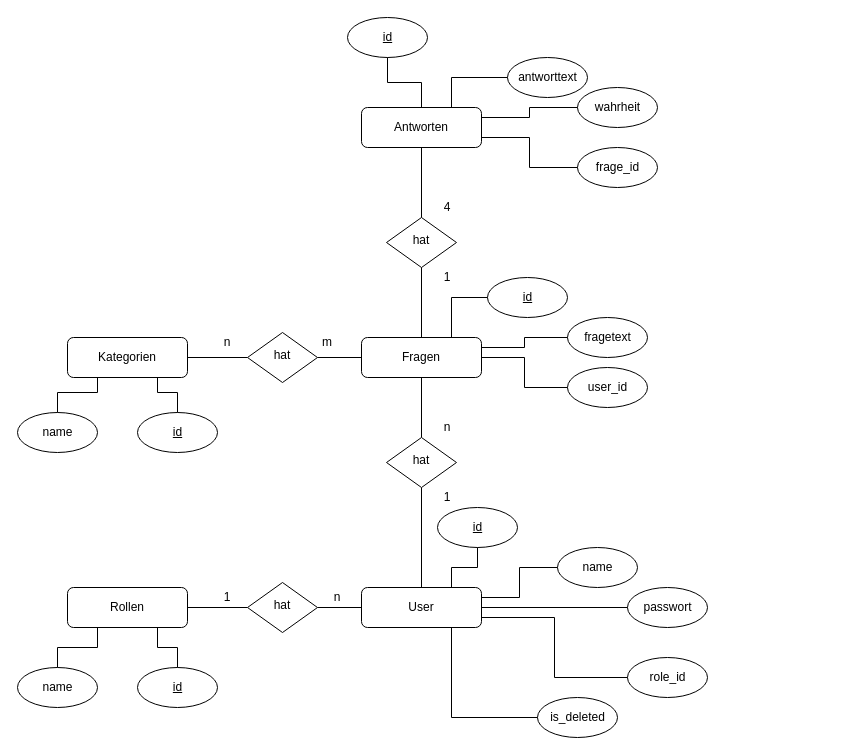
The draw.io diagram db/erm.drawio in CodaCodalis/turbo-carnym-val, before the edit. Source tidied: cells renumbered, new cells numbered last; positions are measured from the earlier drawing's top-left corner, leaving out a move shared by most shapes. Both pictures are drawn from the tidied source at 100%, with x=0, y=0 at pixel (17, 17).
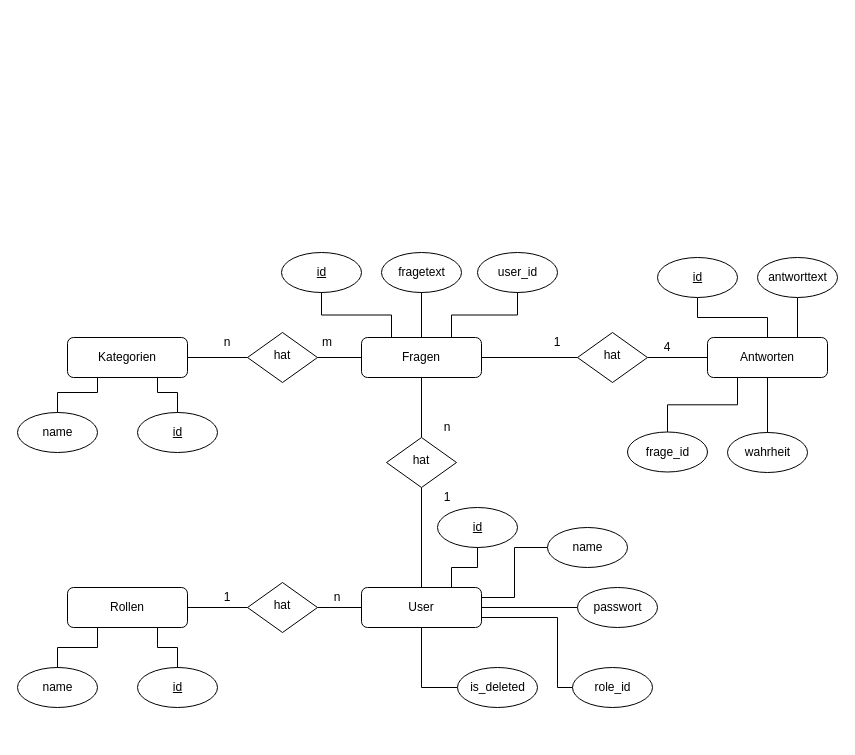
The same diagram, later.

The change refers to these unchanged cells:
```xml
<mxCell id="10" value="Fragen" style="rounded=1;whiteSpace=wrap;html=1;fontSize=12;glass=0;strokeWidth=1;shadow=0;" parent="1" vertex="1">
  <mxGeometry x="344" y="320" width="120" height="40" as="geometry" />
</mxCell>
<mxCell id="15" value="User" style="rounded=1;whiteSpace=wrap;html=1;fontSize=12;glass=0;strokeWidth=1;shadow=0;" parent="1" vertex="1">
  <mxGeometry x="344" y="570" width="120" height="40" as="geometry" />
</mxCell>
<mxCell id="17" style="ellipse;whiteSpace=wrap;html=1;" parent="16" vertex="1">
  <mxGeometry width="80" height="40" as="geometry" />
</mxCell>
<mxCell id="26" style="ellipse;whiteSpace=wrap;html=1;" parent="25" vertex="1">
  <mxGeometry width="80" height="40" as="geometry" />
</mxCell>
<mxCell id="35" style="ellipse;whiteSpace=wrap;html=1;" parent="34" vertex="1">
  <mxGeometry width="80" height="40" as="geometry" />
</mxCell>
<mxCell id="38" style="ellipse;whiteSpace=wrap;html=1;" parent="37" vertex="1">
  <mxGeometry width="80" height="40" as="geometry" />
</mxCell>
<mxCell id="41" style="ellipse;whiteSpace=wrap;html=1;" parent="40" vertex="1">
  <mxGeometry width="80" height="40" as="geometry" />
</mxCell>
<mxCell id="53" style="ellipse;whiteSpace=wrap;html=1;" parent="52" vertex="1">
  <mxGeometry width="80" height="40" as="geometry" />
</mxCell>
<mxCell id="56" style="ellipse;whiteSpace=wrap;html=1;" parent="55" vertex="1">
  <mxGeometry width="80" height="40" as="geometry" />
</mxCell>
```

What changed in the source:
```diff
@@
     <mxCell id="6" value="hat" style="rhombus;whiteSpace=wrap;html=1;shadow=0;fontFamily=Helvetica;fontSize=12;align=center;strokeWidth=1;spacing=6;spacingTop=-4;" parent="1" vertex="1">
-      <mxGeometry x="369" y="200" width="70" height="50" as="geometry" />
+      <mxGeometry x="560" y="315" width="70" height="50" as="geometry" />
     </mxCell>
-    <mxCell id="7" style="edgeStyle=orthogonalEdgeStyle;rounded=0;jettySize=auto;html=1;entryX=0.5;entryY=1;entryDx=0;entryDy=0;endArrow=none;endFill=0;" parent="1" edge="1" source="10" target="6">
+    <mxCell id="7" style="edgeStyle=orthogonalEdgeStyle;rounded=0;jettySize=auto;html=1;entryX=0;entryY=0.5;entryDx=0;entryDy=0;endArrow=none;endFill=0;" parent="1" edge="1" source="10" target="6">
       <mxGeometry relative="1" as="geometry" />
     </mxCell>
@@
-    <mxCell id="11" style="edgeStyle=orthogonalEdgeStyle;rounded=0;jettySize=auto;html=1;entryX=0.5;entryY=0;entryDx=0;entryDy=0;endArrow=none;endFill=0;" parent="1" edge="1" source="12" target="6">
+    <mxCell id="11" style="edgeStyle=orthogonalEdgeStyle;rounded=0;jettySize=auto;html=1;entryX=1;entryY=0.5;entryDx=0;entryDy=0;endArrow=none;endFill=0;" parent="1" edge="1" source="12" target="6">
       <mxGeometry relative="1" as="geometry" />
     </mxCell>
     <mxCell id="12" value="Antworten" style="rounded=1;whiteSpace=wrap;html=1;fontSize=12;glass=0;strokeWidth=1;shadow=0;" parent="1" vertex="1">
-      <mxGeometry x="344" y="90" width="120" height="40" as="geometry" />
+      <mxGeometry x="690" y="320" width="120" height="40" as="geometry" />
     </mxCell>
@@
     <mxCell id="16" style="group;" parent="1" vertex="1">
-      <mxGeometry x="560" y="70" width="80" height="40" as="geometry" />
+      <mxGeometry x="710" y="415" width="80" height="40" as="geometry" />
     </mxCell>
@@
     <mxCell id="19" style="group;" parent="1" vertex="1">
-      <mxGeometry x="490" y="40" width="80" height="40" as="geometry" />
+      <mxGeometry x="740" y="240" width="80" height="40" as="geometry" />
     </mxCell>
@@
     <mxCell id="22" style="group;" parent="1" vertex="1">
-      <mxGeometry x="330" width="80" height="40" as="geometry" />
+      <mxGeometry x="640" y="240" width="80" height="40" as="geometry" />
     </mxCell>
@@
     <mxCell id="25" style="group;" parent="1" vertex="1">
-      <mxGeometry x="560" y="130" width="80" height="40" as="geometry" />
+      <mxGeometry x="610" y="414.5" width="80" height="40" as="geometry" />
     </mxCell>
@@
-    <mxCell id="29" style="edgeStyle=orthogonalEdgeStyle;rounded=0;jettySize=auto;html=1;entryX=1;entryY=0.25;entryDx=0;entryDy=0;endArrow=none;endFill=0;" parent="1" edge="1" source="17" target="12">
+    <mxCell id="29" style="edgeStyle=orthogonalEdgeStyle;rounded=0;jettySize=auto;html=1;entryX=0.5;entryY=1;entryDx=0;entryDy=0;endArrow=none;endFill=0;" parent="1" edge="1" source="17" target="12">
       <mxGeometry relative="1" as="geometry" />
     </mxCell>
-    <mxCell id="30" style="edgeStyle=orthogonalEdgeStyle;rounded=0;jettySize=auto;html=1;entryX=1;entryY=0.75;entryDx=0;entryDy=0;endArrow=none;endFill=0;" parent="1" edge="1" source="26" target="12">
+    <mxCell id="30" style="edgeStyle=orthogonalEdgeStyle;rounded=0;jettySize=auto;html=1;entryX=0.25;entryY=1;entryDx=0;entryDy=0;endArrow=none;endFill=0;" parent="1" edge="1" source="26" target="12">
       <mxGeometry relative="1" as="geometry" />
     </mxCell>
@@
     <mxCell id="32" value="1" style="text;html=1;strokeColor=none;fillColor=none;align=center;verticalAlign=middle;whiteSpace=wrap;rounded=0;" parent="1" vertex="1">
-      <mxGeometry x="410" y="250" width="40" height="20" as="geometry" />
+      <mxGeometry x="520" y="315" width="40" height="20" as="geometry" />
     </mxCell>
     <mxCell id="33" value="4" style="text;html=1;strokeColor=none;fillColor=none;align=center;verticalAlign=middle;whiteSpace=wrap;rounded=0;" parent="1" vertex="1">
-      <mxGeometry x="410" y="180" width="40" height="20" as="geometry" />
+      <mxGeometry x="630" y="320" width="40" height="20" as="geometry" />
     </mxCell>
     <mxCell id="34" style="group;" parent="1" vertex="1">
-      <mxGeometry x="470" y="260" width="80" height="40" as="geometry" />
+      <mxGeometry x="264" y="235" width="80" height="40" as="geometry" />
     </mxCell>
@@
     <mxCell id="37" style="group;" parent="1" vertex="1">
-      <mxGeometry x="550" y="300" width="80" height="40" as="geometry" />
+      <mxGeometry x="364" y="235" width="80" height="40" as="geometry" />
     </mxCell>
@@
     <mxCell id="40" style="group;" parent="1" vertex="1">
-      <mxGeometry x="550" y="350" width="80" height="40" as="geometry" />
+      <mxGeometry x="460" y="235" width="80" height="40" as="geometry" />
     </mxCell>
@@
-    <mxCell id="43" style="edgeStyle=orthogonalEdgeStyle;rounded=0;jettySize=auto;html=1;entryX=0.75;entryY=0;entryDx=0;entryDy=0;endArrow=none;endFill=0;" parent="1" edge="1" source="35" target="10">
+    <mxCell id="43" style="edgeStyle=orthogonalEdgeStyle;rounded=0;jettySize=auto;html=1;entryX=0.25;entryY=0;entryDx=0;entryDy=0;endArrow=none;endFill=0;" parent="1" edge="1" source="35" target="10">
       <mxGeometry relative="1" as="geometry" />
     </mxCell>
-    <mxCell id="44" style="edgeStyle=orthogonalEdgeStyle;rounded=0;jettySize=auto;html=1;entryX=1;entryY=0.25;entryDx=0;entryDy=0;endArrow=none;endFill=0;" parent="1" edge="1" source="38" target="10">
+    <mxCell id="44" style="edgeStyle=orthogonalEdgeStyle;rounded=0;jettySize=auto;html=1;entryX=0.5;entryY=0;entryDx=0;entryDy=0;endArrow=none;endFill=0;" parent="1" edge="1" source="38" target="10">
       <mxGeometry relative="1" as="geometry" />
     </mxCell>
-    <mxCell id="45" style="edgeStyle=orthogonalEdgeStyle;rounded=0;jettySize=auto;html=1;entryX=1;entryY=0.5;entryDx=0;entryDy=0;endArrow=none;endFill=0;" parent="1" edge="1" source="41" target="10">
+    <mxCell id="45" style="edgeStyle=orthogonalEdgeStyle;rounded=0;jettySize=auto;html=1;entryX=0.75;entryY=0;entryDx=0;entryDy=0;endArrow=none;endFill=0;" parent="1" edge="1" source="41" target="10">
       <mxGeometry relative="1" as="geometry" />
     </mxCell>
@@
     <mxCell id="52" style="group;" parent="1" vertex="1">
-      <mxGeometry x="520" y="680" width="80" height="40" as="geometry" />
+      <mxGeometry x="440" y="650" width="80" height="40" as="geometry" />
     </mxCell>
@@
     <mxCell id="55" style="group;" parent="1" vertex="1">
-      <mxGeometry x="610" y="640" width="80" height="40" as="geometry" />
+      <mxGeometry x="555" y="650" width="80" height="40" as="geometry" />
     </mxCell>
@@
     <mxCell id="58" style="group;" parent="1" vertex="1">
-      <mxGeometry x="610" y="570" width="80" height="40" as="geometry" />
+      <mxGeometry x="560" y="570" width="80" height="40" as="geometry" />
     </mxCell>
@@
     <mxCell id="61" style="group;" parent="1" vertex="1">
-      <mxGeometry x="540" y="530" width="80" height="40" as="geometry" />
+      <mxGeometry x="530" y="510" width="80" height="40" as="geometry" />
     </mxCell>
@@
     <mxCell id="67" style="edgeStyle=orthogonalEdgeStyle;rounded=0;jettySize=auto;html=1;entryX=1;entryY=0.75;entryDx=0;entryDy=0;endArrow=none;endFill=0;" parent="1" edge="1" source="56" target="15">
-      <mxGeometry relative="1" as="geometry" />
+      <mxGeometry relative="1" as="geometry">
+        <Array as="points">
+          <mxPoint x="540" y="670" />
+          <mxPoint x="540" y="600" />
+        </Array>
+      </mxGeometry>
     </mxCell>
-    <mxCell id="68" style="edgeStyle=orthogonalEdgeStyle;rounded=0;jettySize=auto;html=1;entryX=0.75;entryY=1;entryDx=0;entryDy=0;endArrow=none;endFill=0;" parent="1" edge="1" source="53" target="15">
+    <mxCell id="68" style="edgeStyle=orthogonalEdgeStyle;rounded=0;jettySize=auto;html=1;entryX=0.5;entryY=1;entryDx=0;entryDy=0;endArrow=none;endFill=0;" parent="1" edge="1" source="53" target="15">
       <mxGeometry relative="1" as="geometry">
         <Array as="points">
-          <mxPoint x="434" y="700" />
+          <mxPoint x="404" y="670" />
         </Array>
       </mxGeometry>
     </mxCell>
```
